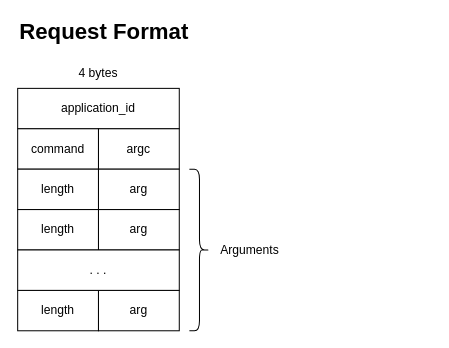
This is Aether-Service-API.drawio from Prototype-Aether/Prototype-Aether, a draw.io file, before an edit. Source tidied: cells renumbered, new cells numbered last; positions are measured from the earlier drawing's top-left corner, leaving out a move shared by most shapes. Both pictures are drawn from the tidied source at 101%, with x=0, y=0 at pixel (17, 17).
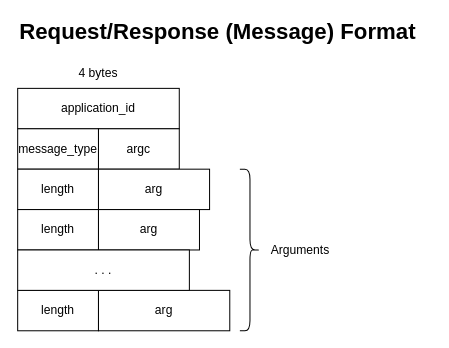
The same diagram, later.

Commit message:
same format for request and response

The edit, as a diff of the source:
```diff
@@
 <mxGraphModel>
   <root>
     <mxCell id="0" />
     <mxCell id="1" parent="0" />
-    <mxCell id="2" value="&lt;div style=&quot;font-size: 22px;&quot;&gt;Request Format&lt;br style=&quot;font-size: 22px;&quot;&gt;&lt;/div&gt;" style="text;html=1;strokeColor=none;fillColor=none;align=left;verticalAlign=middle;whiteSpace=wrap;rounded=0;fontStyle=1;fontSize=22;" parent="1" vertex="1">
-      <mxGeometry width="200" height="30" as="geometry" />
+    <mxCell id="2" value="&lt;div style=&quot;font-size: 22px&quot;&gt;Request/Response (Message) Format&lt;br style=&quot;font-size: 22px&quot;&gt;&lt;/div&gt;" style="text;html=1;strokeColor=none;fillColor=none;align=left;verticalAlign=middle;whiteSpace=wrap;rounded=0;fontStyle=1;fontSize=22;" parent="1" vertex="1">
+      <mxGeometry width="410" height="30" as="geometry" />
     </mxCell>
     <mxCell id="3" value="application_id" style="rounded=0;whiteSpace=wrap;html=1;fontSize=12;" parent="1" vertex="1">
       <mxGeometry y="70" width="160" height="40" as="geometry" />
     </mxCell>
-    <mxCell id="4" value="command" style="rounded=0;whiteSpace=wrap;html=1;fontSize=12;" parent="1" vertex="1">
+    <mxCell id="4" value="message_type" style="rounded=0;whiteSpace=wrap;html=1;fontSize=12;" parent="1" vertex="1">
       <mxGeometry y="110" width="80" height="40" as="geometry" />
     </mxCell>
     <mxCell id="5" value="argc" style="rounded=0;whiteSpace=wrap;html=1;fontSize=12;" parent="1" vertex="1">
       <mxGeometry x="80" y="110" width="80" height="40" as="geometry" />
     </mxCell>
     <mxCell id="6" value="length" style="rounded=0;whiteSpace=wrap;html=1;fontSize=12;" parent="1" vertex="1">
       <mxGeometry y="150" width="80" height="40" as="geometry" />
     </mxCell>
     <mxCell id="7" value="arg" style="rounded=0;whiteSpace=wrap;html=1;fontSize=12;" parent="1" vertex="1">
-      <mxGeometry x="80" y="150" width="80" height="40" as="geometry" />
+      <mxGeometry x="80" y="150" width="110" height="40" as="geometry" />
     </mxCell>
     <mxCell id="8" value="length" style="rounded=0;whiteSpace=wrap;html=1;fontSize=12;" parent="1" vertex="1">
       <mxGeometry y="190" width="80" height="40" as="geometry" />
     </mxCell>
     <mxCell id="9" value="arg" style="rounded=0;whiteSpace=wrap;html=1;fontSize=12;" parent="1" vertex="1">
-      <mxGeometry x="80" y="190" width="80" height="40" as="geometry" />
+      <mxGeometry x="80" y="190" width="100" height="40" as="geometry" />
     </mxCell>
     <mxCell id="10" value="length" style="rounded=0;whiteSpace=wrap;html=1;fontSize=12;" parent="1" vertex="1">
       <mxGeometry y="270" width="80" height="40" as="geometry" />
     </mxCell>
     <mxCell id="11" value="arg" style="rounded=0;whiteSpace=wrap;html=1;fontSize=12;" parent="1" vertex="1">
-      <mxGeometry x="80" y="270" width="80" height="40" as="geometry" />
+      <mxGeometry x="80" y="270" width="130" height="40" as="geometry" />
     </mxCell>
     <mxCell id="12" value=". . ." style="rounded=0;whiteSpace=wrap;html=1;fontSize=12;" parent="1" vertex="1">
-      <mxGeometry y="230" width="160" height="40" as="geometry" />
+      <mxGeometry y="230" width="170" height="40" as="geometry" />
     </mxCell>
     <mxCell id="13" value="4 bytes" style="text;html=1;strokeColor=none;fillColor=none;align=center;verticalAlign=middle;whiteSpace=wrap;rounded=0;fontSize=12;" parent="1" vertex="1">
       <mxGeometry x="50" y="40" width="60" height="30" as="geometry" />
     </mxCell>
     <mxCell id="14" style="shape=curlyBracket;whiteSpace=wrap;html=1;rounded=1;flipH=1;fontSize=12;" parent="1" vertex="1">
-      <mxGeometry x="170" y="150" width="20" height="160" as="geometry" />
+      <mxGeometry x="220" y="150" width="20" height="160" as="geometry" />
     </mxCell>
     <mxCell id="15" value="Arguments" style="text;html=1;strokeColor=none;fillColor=none;align=center;verticalAlign=middle;whiteSpace=wrap;rounded=0;fontSize=12;" parent="1" vertex="1">
-      <mxGeometry x="200" y="215" width="60" height="30" as="geometry" />
+      <mxGeometry x="250" y="215" width="60" height="30" as="geometry" />
     </mxCell>
   </root>
 </mxGraphModel>
```
